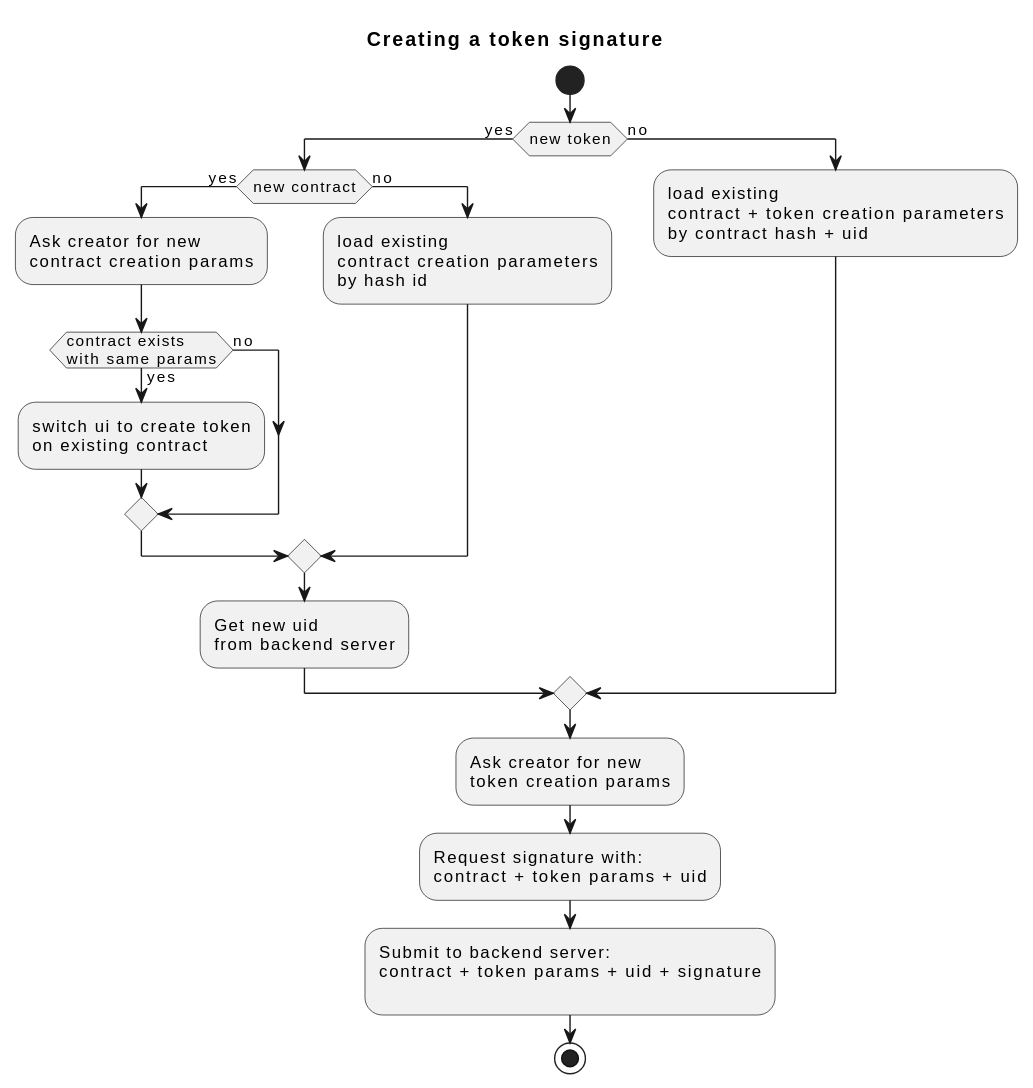
ourzora/zora-protocol keeps this PlantUML diagram as uml/generated/gasslessCreate-creation-activity.svg. Above is the earlier version. The source it was exported from:
```plantuml
@startuml
title Creating a token signature

start

if (new token) then (yes)
  if (new contract) then (yes)
    :Ask creator for new\ncontract creation params;
    if (contract exists\nwith same params) then (yes)
      :switch ui to create token\non existing contract;
    else (no)
    endif
  else (no)
    :load existing\ncontract creation parameters\nby hash id;
  endif
  :Get new uid\nfrom backend server;
else (no)
  :load existing\ncontract + token creation parameters\nby contract hash + uid;
endif
:Ask creator for new\ntoken creation params;
:Request signature with:\ncontract + token params + uid;
:Submit to backend server:\ncontract + token params + uid + signature\n;

stop
@enduml
```
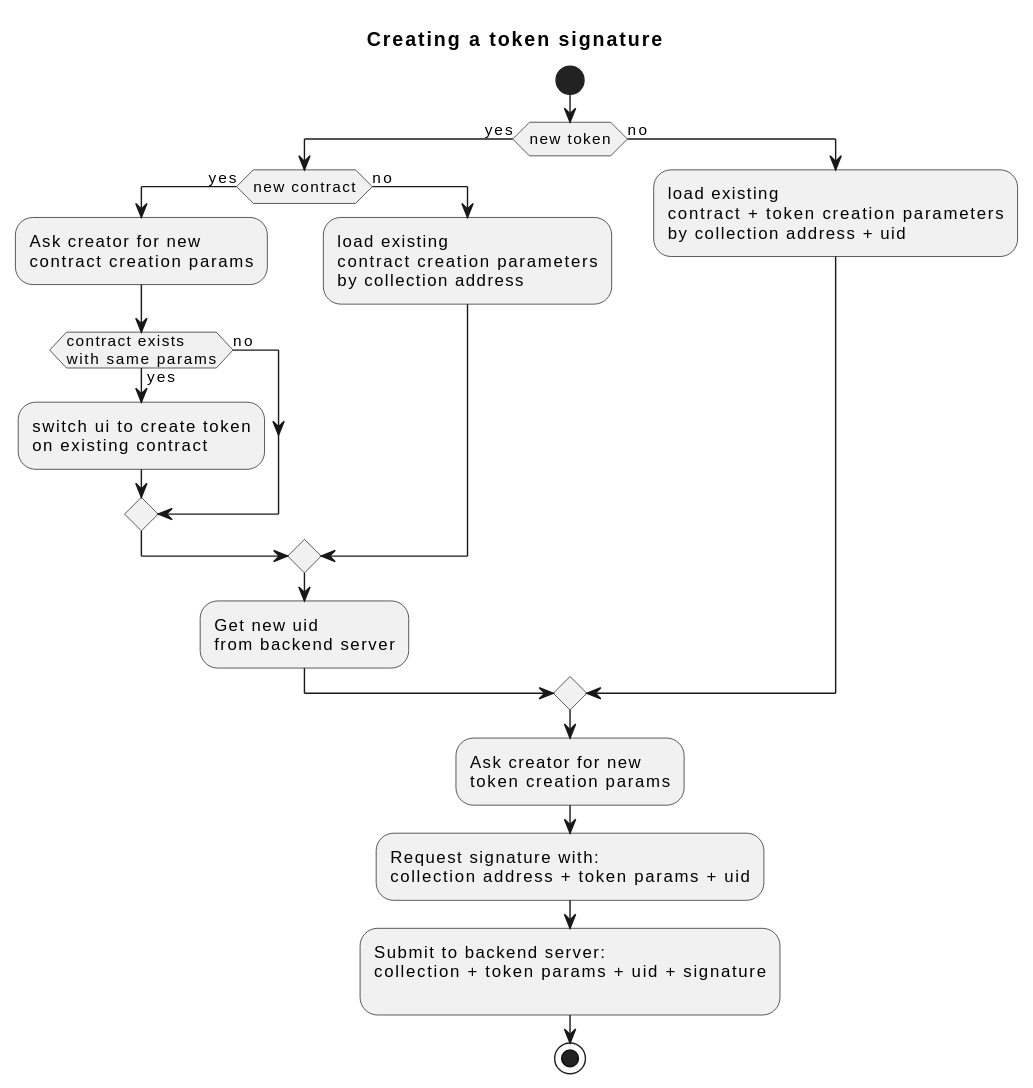
Later version of the same file.

Change to the diagram source:
```diff
@@ -11,15 +11,15 @@
     else (no)
     endif
   else (no)
-    :load existing\ncontract creation parameters\nby hash id;
+    :load existing\ncontract creation parameters\nby collection address;
   endif
   :Get new uid\nfrom backend server;
 else (no)
-  :load existing\ncontract + token creation parameters\nby contract hash + uid;
+  :load existing\ncontract + token creation parameters\nby collection address + uid;
 endif
 :Ask creator for new\ntoken creation params;
-:Request signature with:\ncontract + token params + uid;
-:Submit to backend server:\ncontract + token params + uid + signature\n;
+:Request signature with:\ncollection address + token params + uid;
+:Submit to backend server:\ncollection + token params + uid + signature\n;
 
 stop
 @enduml
```
